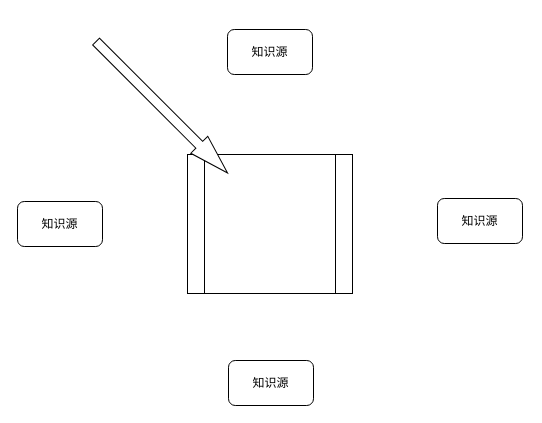
This is 软考.drawio from xiaodongYao/DrawIO, a draw.io file, before an edit. Source tidied: cells renumbered, new cells numbered last; positions are measured from the earlier drawing's top-left corner, leaving out a move shared by most shapes. Both pictures are drawn from the tidied source at 100%, with x=0, y=0 at pixel (17, 14).
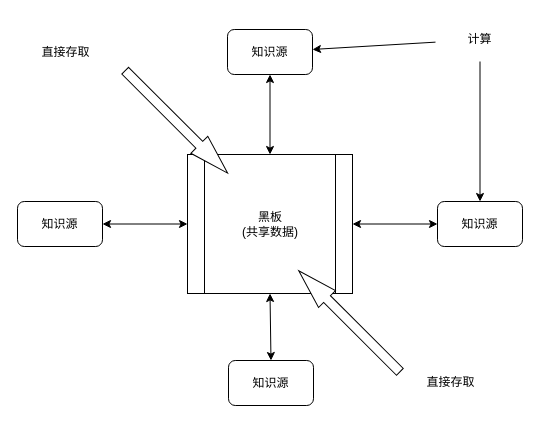
The same page after the edit.

The edit, as a diff of the source:
```diff
@@
 <mxGraphModel>
   <root>
     <mxCell id="0" />
     <mxCell id="1" parent="0" />
-    <mxCell id="2" style="shape=process;whiteSpace=wrap;html=1;backgroundOutline=1;" parent="1" vertex="1">
+    <mxCell id="2" value="黑板&lt;br&gt;(共享数据)" style="shape=process;whiteSpace=wrap;html=1;backgroundOutline=1;" parent="1" vertex="1">
       <mxGeometry x="170" y="140" width="165" height="139" as="geometry" />
     </mxCell>
     <mxCell id="3" value="知识源" style="rounded=1;whiteSpace=wrap;html=1;" parent="1" vertex="1">
       <mxGeometry x="211" y="346" width="85" height="45" as="geometry" />
     </mxCell>
     <mxCell id="4" value="知识源" style="rounded=1;whiteSpace=wrap;html=1;" parent="1" vertex="1">
       <mxGeometry x="210" y="15" width="85" height="45" as="geometry" />
     </mxCell>
     <mxCell id="5" value="知识源" style="rounded=1;whiteSpace=wrap;html=1;" parent="1" vertex="1">
       <mxGeometry y="187" width="85" height="45" as="geometry" />
     </mxCell>
     <mxCell id="6" value="知识源" style="rounded=1;whiteSpace=wrap;html=1;" parent="1" vertex="1">
-      <mxGeometry x="420" y="184" width="85" height="45" as="geometry" />
+      <mxGeometry x="420" y="187" width="85" height="45" as="geometry" />
     </mxCell>
     <mxCell id="7" style="html=1;shadow=0;dashed=0;align=center;verticalAlign=middle;shape=mxgraph.arrows2.arrow;dy=0.6;dx=40;direction=south;notch=0;rotation=-45;" parent="1" vertex="1">
-      <mxGeometry x="132.3" y="-0.2" width="24" height="186" as="geometry" />
+      <mxGeometry x="146.9" y="35" width="24" height="144.8" as="geometry" />
     </mxCell>
+    <mxCell id="8" value="直接存取" style="text;html=1;strokeColor=none;fillColor=none;align=center;verticalAlign=middle;whiteSpace=wrap;rounded=0;" parent="1" vertex="1">
+      <mxGeometry x="4" y="16" width="89" height="44" as="geometry" />
+    </mxCell>
+    <mxCell id="9" style="html=1;shadow=0;dashed=0;align=center;verticalAlign=middle;shape=mxgraph.arrows2.arrow;dy=0.6;dx=40;direction=south;notch=0;rotation=135;" parent="1" vertex="1">
+      <mxGeometry x="319.8" y="235.3" width="24" height="143" as="geometry" />
+    </mxCell>
+    <mxCell id="10" value="直接存取" style="text;html=1;strokeColor=none;fillColor=none;align=center;verticalAlign=middle;whiteSpace=wrap;rounded=0;" parent="1" vertex="1">
+      <mxGeometry x="389" y="346" width="89" height="44" as="geometry" />
+    </mxCell>
+    <mxCell id="11" style="endArrow=classic;startArrow=classic;html=1;rounded=0;entryX=0.5;entryY=1;entryDx=0;entryDy=0;exitX=0.5;exitY=0;exitDx=0;exitDy=0;" parent="1" edge="1" source="3" target="2">
+      <mxGeometry relative="1" as="geometry" />
+    </mxCell>
+    <mxCell id="12" style="endArrow=classic;startArrow=classic;html=1;rounded=0;entryX=0.5;entryY=1;entryDx=0;entryDy=0;" parent="1" edge="1" source="2" target="4">
+      <mxGeometry relative="1" as="geometry" />
+    </mxCell>
+    <mxCell id="13" style="endArrow=classic;startArrow=classic;html=1;rounded=0;entryX=0;entryY=0.5;entryDx=0;entryDy=0;exitX=1;exitY=0.5;exitDx=0;exitDy=0;" parent="1" edge="1" source="2" target="6">
+      <mxGeometry relative="1" as="geometry" />
+    </mxCell>
+    <mxCell id="14" style="endArrow=classic;startArrow=classic;html=1;rounded=0;entryX=0;entryY=0.5;entryDx=0;entryDy=0;exitX=1;exitY=0.5;exitDx=0;exitDy=0;" parent="1" edge="1" source="5" target="2">
+      <mxGeometry relative="1" as="geometry" />
+    </mxCell>
+    <mxCell id="15" style="rounded=0;jettySize=auto;html=1;" parent="1" edge="1" source="17" target="4">
+      <mxGeometry relative="1" as="geometry" />
+    </mxCell>
+    <mxCell id="16" style="edgeStyle=orthogonalEdgeStyle;rounded=0;jettySize=auto;html=1;exitX=0.5;exitY=1;exitDx=0;exitDy=0;" parent="1" edge="1" source="17" target="6">
+      <mxGeometry relative="1" as="geometry" />
+    </mxCell>
+    <mxCell id="17" value="计算" style="text;html=1;strokeColor=none;fillColor=none;align=center;verticalAlign=middle;whiteSpace=wrap;rounded=0;" parent="1" vertex="1">
+      <mxGeometry x="418" y="3" width="89" height="44" as="geometry" />
+    </mxCell>
   </root>
 </mxGraphModel>
```
